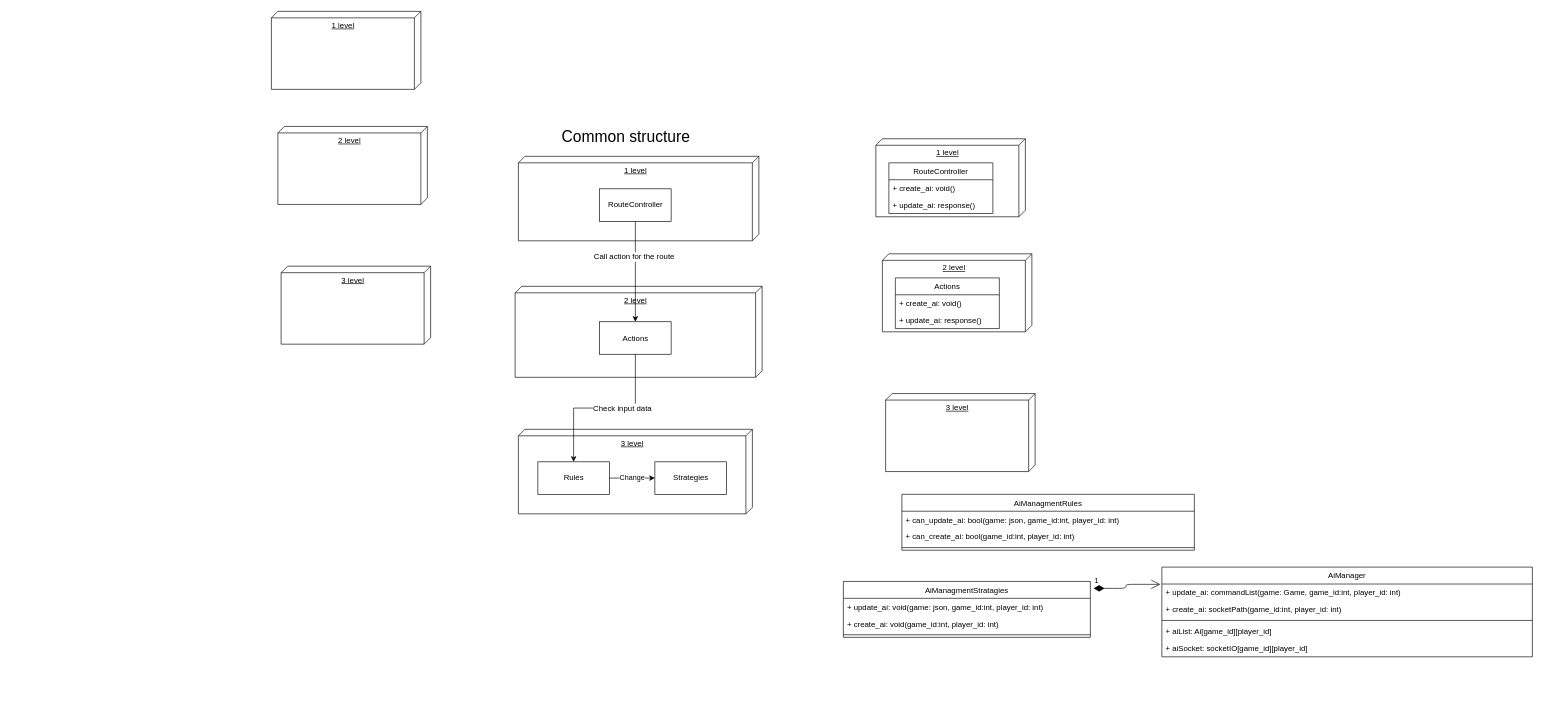
Before: Игрок против ИИ/AI-server.drawio in 7kia/dissertation-of-master-student, a draw.io diagram. Source tidied: cells renumbered, new cells numbered last; positions are measured from the earlier drawing's top-left corner, leaving out a move shared by most shapes. Both pictures are drawn from the tidied source at 65%, with x=0, y=0 at pixel (271, 11).
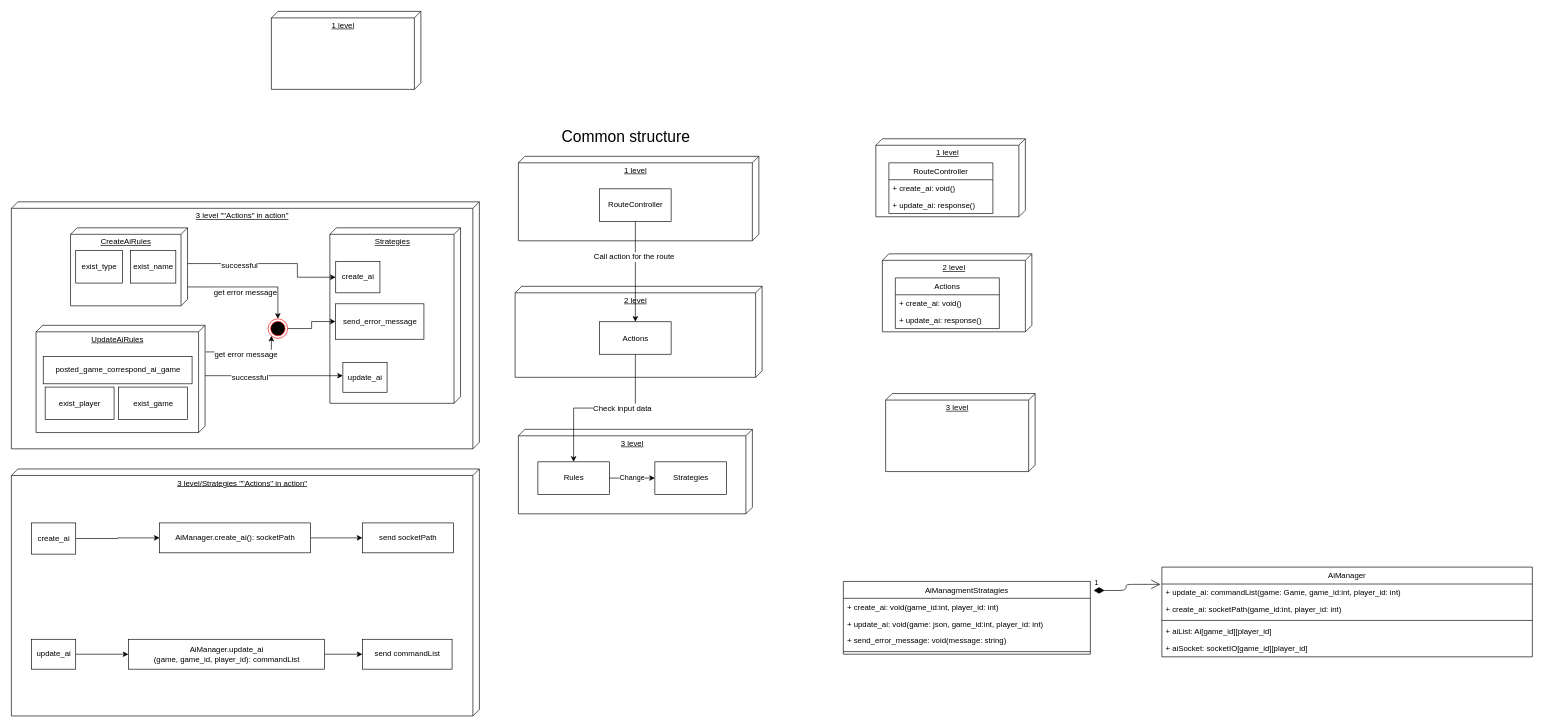
After the change.

Commit message:
Добавлена общая схема работы

Diff of the diagram source:
```diff
@@
+    <mxCell id="42" value="3 level &quot;&quot;Actions&quot; in action&quot;" style="verticalAlign=top;align=center;spacingTop=8;spacingLeft=2;spacingRight=12;shape=cube;size=10;direction=south;fontStyle=4;html=1;" parent="1" vertex="1">
+      <mxGeometry x="-400" y="293" width="720" height="380" as="geometry" />
+    </mxCell>
@@
     <mxCell id="30" value="AiManagmentStratagies" style="swimlane;fontStyle=0;horizontal=1;startSize=26;fillColor=none;" parent="1" vertex="1">
-      <mxGeometry x="880" y="877" width="380" height="86" as="geometry" />
+      <mxGeometry x="880" y="877" width="380" height="112" as="geometry" />
     </mxCell>
+    <mxCell id="43" value="+ create_ai: void(game_id:int, player_id: int)" style="text;strokeColor=none;fillColor=none;align=left;verticalAlign=top;spacingLeft=4;spacingRight=4;overflow=hidden;" parent="30" vertex="1">
+      <mxGeometry y="26" width="380" height="26" as="geometry" />
+    </mxCell>
     <mxCell id="31" value="+ update_ai: void(game: json, game_id:int, player_id: int)" style="text;strokeColor=none;fillColor=none;align=left;verticalAlign=top;spacingLeft=4;spacingRight=4;overflow=hidden;" parent="30" vertex="1">
-      <mxGeometry y="26" width="380" height="26" as="geometry" />
+      <mxGeometry y="52" width="380" height="26" as="geometry" />
     </mxCell>
-    <mxCell id="32" value="+ create_ai: void(game_id:int, player_id: int)" style="text;strokeColor=none;fillColor=none;align=left;verticalAlign=top;spacingLeft=4;spacingRight=4;overflow=hidden;" parent="30" vertex="1">
-      <mxGeometry y="52" width="380" height="26" as="geometry" />
+    <mxCell id="32" value="+ send_error_message: void(message: string)" style="text;strokeColor=none;fillColor=none;align=left;verticalAlign=top;spacingLeft=4;spacingRight=4;overflow=hidden;" parent="30" vertex="1">
+      <mxGeometry y="78" width="380" height="26" as="geometry" />
     </mxCell>
     <mxCell id="33" style="line;strokeWidth=1;fillColor=none;align=left;verticalAlign=middle;spacingTop=-1;spacingLeft=3;spacingRight=3;labelPosition=right;" parent="30" vertex="1">
-      <mxGeometry y="78" width="380" height="8" as="geometry" />
+      <mxGeometry y="104" width="380" height="8" as="geometry" />
     </mxCell>
@@
-    <mxCell id="36" value="AiManagmentRules" style="swimlane;fontStyle=0;horizontal=1;startSize=26;fillColor=none;" parent="1" vertex="1">
-      <mxGeometry x="970" y="743" width="450" height="86" as="geometry" />
-    </mxCell>
-    <mxCell id="37" value="+ can_update_ai: bool(game: json, game_id:int, player_id: int)" style="text;strokeColor=none;fillColor=none;align=left;verticalAlign=top;spacingLeft=4;spacingRight=4;overflow=hidden;" parent="36" vertex="1">
-      <mxGeometry y="26" width="450" height="26" as="geometry" />
-    </mxCell>
-    <mxCell id="38" value="+ can_create_ai: bool(game_id:int, player_id: int)" style="text;strokeColor=none;fillColor=none;align=left;verticalAlign=top;spacingLeft=4;spacingRight=4;overflow=hidden;" parent="36" vertex="1">
-      <mxGeometry y="52" width="450" height="26" as="geometry" />
-    </mxCell>
-    <mxCell id="39" style="line;strokeWidth=1;fillColor=none;align=left;verticalAlign=middle;spacingTop=-1;spacingLeft=3;spacingRight=3;labelPosition=right;" parent="36" vertex="1">
-      <mxGeometry y="78" width="450" height="8" as="geometry" />
-    </mxCell>
@@
-    <mxCell id="41" value="2 level" style="verticalAlign=top;align=center;spacingTop=8;spacingLeft=2;spacingRight=12;shape=cube;size=10;direction=south;fontStyle=4;html=1;" parent="1" vertex="1">
-      <mxGeometry x="10" y="177" width="230" height="120" as="geometry" />
+    <mxCell id="41" value="CreateAiRules" style="verticalAlign=top;align=center;spacingTop=8;spacingLeft=2;spacingRight=12;shape=cube;size=10;direction=south;fontStyle=4;html=1;" parent="1" vertex="1">
+      <mxGeometry x="-309" y="333" width="180" height="120" as="geometry" />
     </mxCell>
-    <mxCell id="42" value="3 level" style="verticalAlign=top;align=center;spacingTop=8;spacingLeft=2;spacingRight=12;shape=cube;size=10;direction=south;fontStyle=4;html=1;" parent="1" vertex="1">
-      <mxGeometry x="15" y="392" width="230" height="120" as="geometry" />
-    </mxCell>
+    <mxCell id="44" value="exist_type" style="html=1;" parent="41" vertex="1">
+      <mxGeometry x="8" y="35" width="72" height="50" as="geometry" />
+    </mxCell>
+    <mxCell id="45" value="exist_name" style="html=1;" parent="41" vertex="1">
+      <mxGeometry x="92" y="35" width="70" height="50" as="geometry" />
+    </mxCell>
+    <mxCell id="46" value="Strategies" style="verticalAlign=top;align=center;spacingTop=8;spacingLeft=2;spacingRight=12;shape=cube;size=10;direction=south;fontStyle=4;html=1;" parent="1" vertex="1">
+      <mxGeometry x="90" y="333" width="201" height="270" as="geometry" />
+    </mxCell>
+    <mxCell id="47" value="create_ai" style="html=1;" parent="46" vertex="1">
+      <mxGeometry x="9" y="52" width="68" height="48" as="geometry" />
+    </mxCell>
+    <mxCell id="48" value="send_error_message" style="html=1;" parent="46" vertex="1">
+      <mxGeometry x="8.8" y="116.9" width="135.9" height="54.5" as="geometry" />
+    </mxCell>
+    <mxCell id="49" value="update_ai" style="html=1;" parent="46" vertex="1">
+      <mxGeometry x="20" y="207" width="68" height="46" as="geometry" />
+    </mxCell>
+    <mxCell id="50" style="edgeStyle=orthogonalEdgeStyle;rounded=0;jettySize=auto;html=1;exitX=0;exitY=0;exitDx=55;exitDy=0;exitPerimeter=0;entryX=0;entryY=0.5;entryDx=0;entryDy=0;" parent="1" edge="1" source="41" target="47">
+      <mxGeometry relative="1" as="geometry">
+        <Array as="points">
+          <mxPoint x="40" y="388" />
+          <mxPoint x="40" y="409" />
+        </Array>
+      </mxGeometry>
+    </mxCell>
+    <mxCell id="51" value="successful" style="text;html=1;align=center;verticalAlign=middle;labelBackgroundColor=#ffffff;" parent="50" vertex="1">
+      <mxGeometry x="-0.38" y="-1" relative="1" as="geometry">
+        <mxPoint x="2" y="1" as="offset" />
+      </mxGeometry>
+    </mxCell>
+    <mxCell id="52" style="edgeStyle=orthogonalEdgeStyle;rounded=0;jettySize=auto;html=1;exitX=0.758;exitY=0;exitDx=0;exitDy=0;exitPerimeter=0;" parent="1" edge="1" source="41" target="63">
+      <mxGeometry relative="1" as="geometry" />
+    </mxCell>
+    <mxCell id="53" value="get error message" style="text;html=1;align=center;verticalAlign=middle;labelBackgroundColor=#ffffff;" parent="52" vertex="1">
+      <mxGeometry x="-0.38" y="-1" relative="1" as="geometry">
+        <mxPoint x="31" y="8" as="offset" />
+      </mxGeometry>
+    </mxCell>
+    <mxCell id="54" value="UpdateAiRules" style="verticalAlign=top;align=center;spacingTop=8;spacingLeft=2;spacingRight=12;shape=cube;size=10;direction=south;fontStyle=4;html=1;" parent="1" vertex="1">
+      <mxGeometry x="-362" y="483" width="260" height="165" as="geometry" />
+    </mxCell>
+    <mxCell id="55" value="posted_game_correspond_ai_game" style="html=1;" parent="54" vertex="1">
+      <mxGeometry x="11" y="48" width="229" height="42" as="geometry" />
+    </mxCell>
+    <mxCell id="56" value="exist_player" style="html=1;" parent="54" vertex="1">
+      <mxGeometry x="14" y="95" width="106" height="50" as="geometry" />
+    </mxCell>
+    <mxCell id="57" value="exist_game" style="html=1;" parent="54" vertex="1">
+      <mxGeometry x="127" y="95" width="106" height="50" as="geometry" />
+    </mxCell>
+    <mxCell id="58" style="edgeStyle=orthogonalEdgeStyle;rounded=0;jettySize=auto;html=1;exitX=0.248;exitY=-0.004;exitDx=0;exitDy=0;exitPerimeter=0;" parent="1" edge="1" source="54" target="63">
+      <mxGeometry relative="1" as="geometry">
+        <Array as="points">
+          <mxPoint y="524" />
+        </Array>
+      </mxGeometry>
+    </mxCell>
+    <mxCell id="59" value="get error message" style="text;html=1;align=center;verticalAlign=middle;labelBackgroundColor=#ffffff;" parent="58" vertex="1">
+      <mxGeometry x="-0.38" y="-1" relative="1" as="geometry">
+        <mxPoint x="22" y="2.5" as="offset" />
+      </mxGeometry>
+    </mxCell>
+    <mxCell id="60" style="edgeStyle=orthogonalEdgeStyle;rounded=0;jettySize=auto;html=1;exitX=0;exitY=0;exitDx=77.5;exitDy=0;exitPerimeter=0;" parent="1" edge="1" source="54" target="49">
+      <mxGeometry relative="1" as="geometry">
+        <Array as="points">
+          <mxPoint x="130" y="561" />
+          <mxPoint x="130" y="561" />
+        </Array>
+      </mxGeometry>
+    </mxCell>
+    <mxCell id="61" value="successful" style="text;html=1;align=center;verticalAlign=middle;labelBackgroundColor=#ffffff;" parent="60" vertex="1">
+      <mxGeometry x="-0.38" y="-1" relative="1" as="geometry">
+        <mxPoint x="2" y="1" as="offset" />
+      </mxGeometry>
+    </mxCell>
+    <mxCell id="62" style="edgeStyle=orthogonalEdgeStyle;rounded=0;jettySize=auto;html=1;exitX=1;exitY=0.5;exitDx=0;exitDy=0;entryX=0;entryY=0.5;entryDx=0;entryDy=0;" parent="1" edge="1" source="63" target="48">
+      <mxGeometry relative="1" as="geometry" />
+    </mxCell>
+    <mxCell id="63" style="ellipse;html=1;shape=endState;fillColor=#000000;strokeColor=#ff0000;" parent="1" vertex="1">
+      <mxGeometry x="-5" y="473" width="30" height="30" as="geometry" />
+    </mxCell>
+    <mxCell id="64" value="3 level/Strategies &quot;&quot;Actions&quot; in action&quot;" style="verticalAlign=top;align=center;spacingTop=8;spacingLeft=2;spacingRight=12;shape=cube;size=10;direction=south;fontStyle=4;html=1;" parent="1" vertex="1">
+      <mxGeometry x="-400" y="704" width="720" height="380" as="geometry" />
+    </mxCell>
+    <mxCell id="65" style="edgeStyle=orthogonalEdgeStyle;rounded=0;jettySize=auto;html=1;exitX=1;exitY=0.5;exitDx=0;exitDy=0;entryX=0;entryY=0.5;entryDx=0;entryDy=0;" parent="1" edge="1" source="66" target="70">
+      <mxGeometry relative="1" as="geometry" />
+    </mxCell>
+    <mxCell id="66" value="create_ai" style="html=1;" parent="1" vertex="1">
+      <mxGeometry x="-369" y="787" width="68" height="48" as="geometry" />
+    </mxCell>
+    <mxCell id="67" style="edgeStyle=orthogonalEdgeStyle;rounded=0;jettySize=auto;html=1;exitX=1;exitY=0.5;exitDx=0;exitDy=0;entryX=0;entryY=0.5;entryDx=0;entryDy=0;" parent="1" edge="1" source="68" target="73">
+      <mxGeometry relative="1" as="geometry" />
+    </mxCell>
+    <mxCell id="68" value="update_ai" style="html=1;" parent="1" vertex="1">
+      <mxGeometry x="-369" y="966" width="68" height="46" as="geometry" />
+    </mxCell>
+    <mxCell id="69" style="edgeStyle=orthogonalEdgeStyle;rounded=0;jettySize=auto;html=1;" parent="1" edge="1" source="70" target="71">
+      <mxGeometry relative="1" as="geometry" />
+    </mxCell>
+    <mxCell id="70" value="AiManager.create_ai(): socketPath" style="html=1;" parent="1" vertex="1">
+      <mxGeometry x="-172" y="787" width="232" height="46" as="geometry" />
+    </mxCell>
+    <mxCell id="71" value="send socketPath" style="html=1;" parent="1" vertex="1">
+      <mxGeometry x="140" y="787" width="140" height="46" as="geometry" />
+    </mxCell>
+    <mxCell id="72" style="edgeStyle=orthogonalEdgeStyle;rounded=0;jettySize=auto;html=1;" parent="1" edge="1" source="73" target="74">
+      <mxGeometry relative="1" as="geometry" />
+    </mxCell>
+    <mxCell id="73" value="&lt;div&gt;AiManager.update_ai&lt;/div&gt;&lt;div&gt;(game, game_id, player_id): commandList&lt;br&gt;&lt;/div&gt;" style="html=1;" parent="1" vertex="1">
+      <mxGeometry x="-220" y="966" width="302" height="46" as="geometry" />
+    </mxCell>
+    <mxCell id="74" value="send commandList" style="html=1;" parent="1" vertex="1">
+      <mxGeometry x="140" y="966" width="138" height="46" as="geometry" />
+    </mxCell>
```
